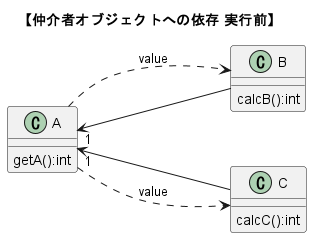
Before: img/classes/tools/ex_dependents_mediator_before.png, a diagram exported from PlantUML (nitta-lab/TwoStagesModelingExperiments). Source of this version:
```plantuml
@startuml map_class_push_CFD
title "【仲介者オブジェクトへの依存 実行前】"
left to right direction

class "A"{
    getA():int
}
class "B"{
    calcB():int
}
class "C"{
    calcC():int
}

"A" ...> "B" : value
"A" "1" <--- "B"

"A" "1"<--- "C"
"A" ...> "C" : value


@enduml
```
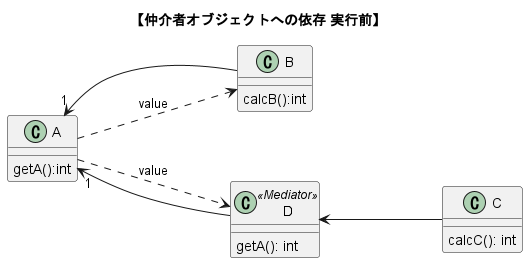
Above is the later version.

What changed in the source:
```diff
@@ -9,14 +9,17 @@
     calcB():int
 }
 class "C"{
-    calcC():int
+    calcC(): int
+}
+class "D"<<Mediator>>{
+    getA(): int
 }
 
+"A" "1"<--- "B"
 "A" ...> "B" : value
-"A" "1" <--- "B"
-
-"A" "1"<--- "C"
-"A" ...> "C" : value
+"A" ...> "D" : value
+"A" "1" <--- "D"
+"D" <--- "C"
 
 
 @enduml
```
